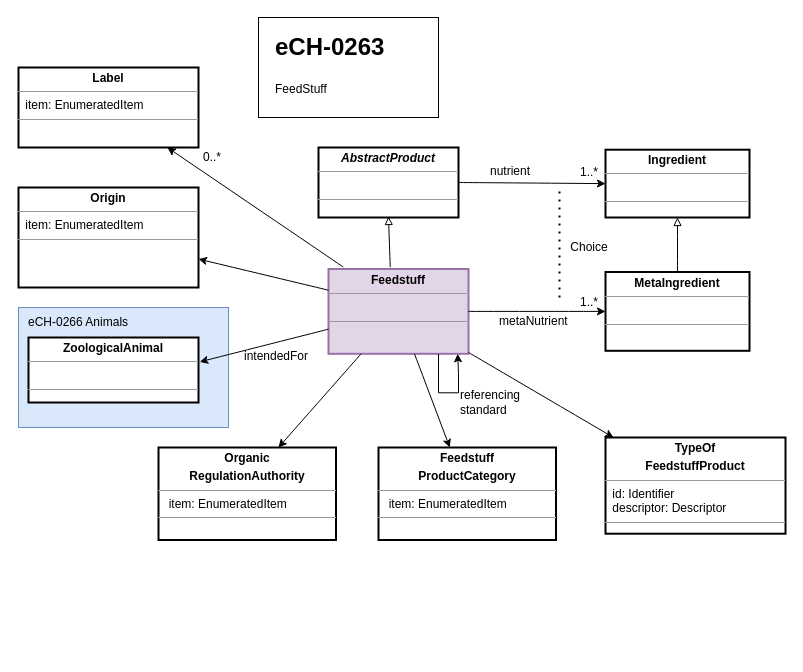
Before: src/eCH-0263__1_0__betriebsmittel_feedstuff.drawio in blw-ofag-ufag/eCH-0263, a draw.io diagram. Source tidied: cells renumbered, new cells numbered last; positions are measured from the earlier drawing's top-left corner, leaving out a move shared by most shapes. Both pictures are drawn from the tidied source at 100%, with x=0, y=0 at pixel (18, 17).
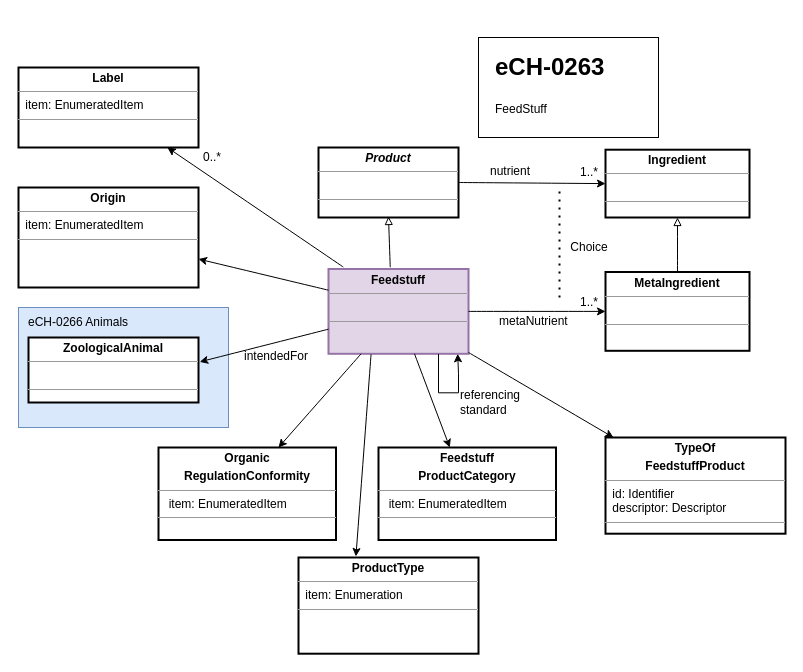
The same diagram, later.

Unchanged cells that the change refers to:
```xml
<mxCell id="2" value="&lt;p style=&quot;margin:0px;margin-top:4px;text-align:center;&quot;&gt;&lt;b&gt;Feedstuff&lt;/b&gt;&lt;/p&gt;&lt;hr size=&quot;1&quot;&gt;&lt;p style=&quot;margin:0px;margin-left:4px;&quot;&gt;&amp;nbsp;&lt;br&gt;&lt;/p&gt;&lt;p style=&quot;margin:0px;margin-left:4px;&quot;&gt;&lt;/p&gt;&lt;hr size=&quot;1&quot;&gt;&lt;p style=&quot;margin:0px;margin-left:4px;&quot;&gt;&lt;br&gt;&lt;/p&gt;" style="verticalAlign=top;align=left;overflow=fill;fontSize=12;fontFamily=Helvetica;html=1;sketch=0;strokeWidth=2;fillColor=#e1d5e7;strokeColor=#9673a6;" parent="1" vertex="1">
  <mxGeometry x="310" y="251.5" width="140" height="84.8" as="geometry" />
</mxCell>
```

What changed in the source:
```diff
@@
-    <mxCell id="17" value="&lt;p style=&quot;margin:0px;margin-top:4px;text-align:center;&quot;&gt;&lt;b&gt;&lt;i&gt;AbstractProduct&lt;/i&gt;&lt;/b&gt;&lt;/p&gt;&lt;hr size=&quot;1&quot;&gt;&lt;p style=&quot;margin:0px;margin-left:4px;&quot;&gt;&lt;br&gt;&lt;/p&gt;&lt;hr size=&quot;1&quot;&gt;&lt;p style=&quot;margin:0px;margin-left:4px;&quot;&gt;&lt;br&gt;&lt;/p&gt;" style="verticalAlign=top;align=left;overflow=fill;fontSize=12;fontFamily=Helvetica;html=1;sketch=0;strokeWidth=2;" parent="1" vertex="1">
+    <mxCell id="17" value="&lt;p style=&quot;margin:0px;margin-top:4px;text-align:center;&quot;&gt;&lt;b&gt;&lt;i&gt;Product&lt;/i&gt;&lt;/b&gt;&lt;/p&gt;&lt;hr size=&quot;1&quot;&gt;&lt;p style=&quot;margin:0px;margin-left:4px;&quot;&gt;&lt;br&gt;&lt;/p&gt;&lt;hr size=&quot;1&quot;&gt;&lt;p style=&quot;margin:0px;margin-left:4px;&quot;&gt;&lt;br&gt;&lt;/p&gt;" style="verticalAlign=top;align=left;overflow=fill;fontSize=12;fontFamily=Helvetica;html=1;sketch=0;strokeWidth=2;" parent="1" vertex="1">
       <mxGeometry x="300" y="130" width="140" height="70" as="geometry" />
     </mxCell>
@@
     <mxCell id="19" style="rounded=0;whiteSpace=wrap;html=1;fontFamily=Helvetica;" parent="1" vertex="1">
-      <mxGeometry x="240" width="180" height="100" as="geometry" />
+      <mxGeometry x="460" y="20" width="180" height="100" as="geometry" />
     </mxCell>
     <mxCell id="20" value="&lt;h1&gt;&lt;span style=&quot;background-color: initial;&quot;&gt;eCH-0263&lt;/span&gt;&lt;/h1&gt;&lt;div&gt;&lt;br&gt;&lt;/div&gt;" style="text;html=1;strokeColor=none;fillColor=none;spacing=5;spacingTop=-20;whiteSpace=wrap;overflow=hidden;rounded=0;strokeWidth=2;fontFamily=Helvetica;" parent="1" vertex="1">
-      <mxGeometry x="251.5" y="10" width="163.3" height="80" as="geometry" />
+      <mxGeometry x="471.5" y="30" width="163.3" height="80" as="geometry" />
     </mxCell>
     <mxCell id="21" value="FeedStuff" style="text;html=1;strokeColor=none;fillColor=none;align=left;verticalAlign=middle;whiteSpace=wrap;rounded=0;strokeWidth=2;fontFamily=Helvetica;" parent="1" vertex="1">
-      <mxGeometry x="254.8" y="56.5" width="160" height="30" as="geometry" />
+      <mxGeometry x="474.8" y="76.5" width="160" height="30" as="geometry" />
     </mxCell>
@@
-    <mxCell id="31" value="&lt;p style=&quot;margin:0px;margin-top:4px;text-align:center;&quot;&gt;&lt;b style=&quot;background-color: initial;&quot;&gt;Organic&lt;/b&gt;&lt;/p&gt;&lt;p style=&quot;margin:0px;margin-top:4px;text-align:center;&quot;&gt;&lt;b&gt;RegulationAuthority&lt;/b&gt;&lt;/p&gt;&lt;hr size=&quot;1&quot;&gt;&lt;p style=&quot;margin:0px;margin-left:4px;&quot;&gt;&amp;nbsp; item: EnumeratedItem&lt;br&gt;&lt;/p&gt;&lt;hr size=&quot;1&quot;&gt;&lt;p style=&quot;margin:0px;margin-left:4px;&quot;&gt;&lt;br&gt;&lt;/p&gt;" style="verticalAlign=top;align=left;overflow=fill;fontSize=12;fontFamily=Helvetica;html=1;sketch=0;strokeWidth=2;" parent="1" vertex="1">
+    <mxCell id="31" value="&lt;p style=&quot;margin:0px;margin-top:4px;text-align:center;&quot;&gt;&lt;b style=&quot;background-color: initial;&quot;&gt;Organic&lt;/b&gt;&lt;/p&gt;&lt;p style=&quot;margin:0px;margin-top:4px;text-align:center;&quot;&gt;&lt;b&gt;RegulationConformity&lt;/b&gt;&lt;/p&gt;&lt;hr size=&quot;1&quot;&gt;&lt;p style=&quot;margin:0px;margin-left:4px;&quot;&gt;&amp;nbsp; item: EnumeratedItem&lt;br&gt;&lt;/p&gt;&lt;hr size=&quot;1&quot;&gt;&lt;p style=&quot;margin:0px;margin-left:4px;&quot;&gt;&lt;br&gt;&lt;/p&gt;" style="verticalAlign=top;align=left;overflow=fill;fontSize=12;fontFamily=Helvetica;html=1;sketch=0;strokeWidth=2;" parent="1" vertex="1">
       <mxGeometry x="140" y="430" width="177.5" height="92.5" as="geometry" />
     </mxCell>
@@
+    <mxCell id="37" value="&lt;p style=&quot;margin:0px;margin-top:4px;text-align:center;&quot;&gt;&lt;b&gt;ProductType&lt;/b&gt;&lt;/p&gt;&lt;hr size=&quot;1&quot;&gt;&lt;p style=&quot;margin:0px;margin-left:4px;&quot;&gt;&amp;nbsp;item: Enumeration&lt;br&gt;&lt;/p&gt;&lt;hr size=&quot;1&quot;&gt;&lt;p style=&quot;margin:0px;margin-left:4px;&quot;&gt;&lt;br&gt;&lt;/p&gt;" style="verticalAlign=top;align=left;overflow=fill;fontSize=12;fontFamily=Helvetica;html=1;sketch=0;strokeWidth=2;" parent="1" vertex="1">
+      <mxGeometry x="280" y="540" width="180" height="96.2" as="geometry" />
+    </mxCell>
+    <mxCell id="38" style="endArrow=classic;html=1;sketch=0;fontFamily=Helvetica;curved=1;entryX=0.319;entryY=-0.011;entryDx=0;entryDy=0;entryPerimeter=0;exitX=0.304;exitY=1.007;exitDx=0;exitDy=0;exitPerimeter=0;" parent="1" edge="1" source="2" target="37">
+      <mxGeometry relative="1" as="geometry" />
+    </mxCell>
```
